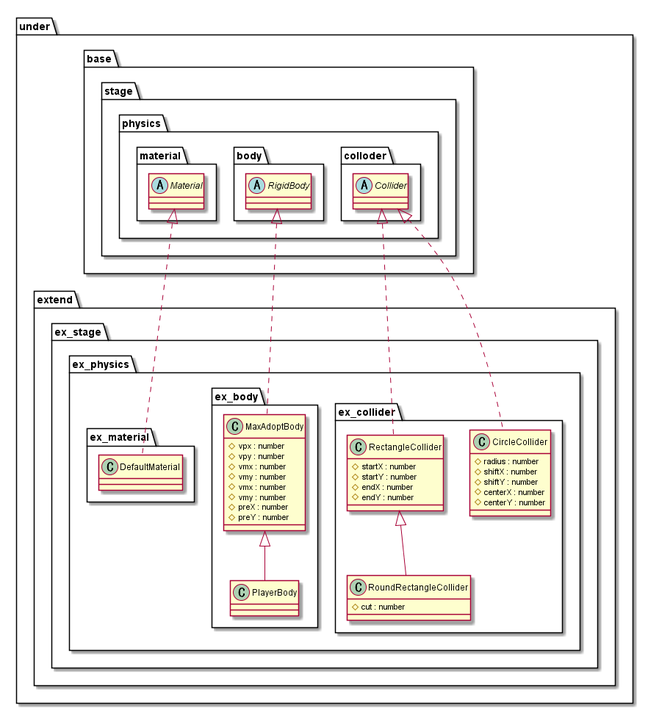
Earlier version of the PlantUML export out/uml/entity/physical/Extend/PhysicalExtend.png (Expine/Under).
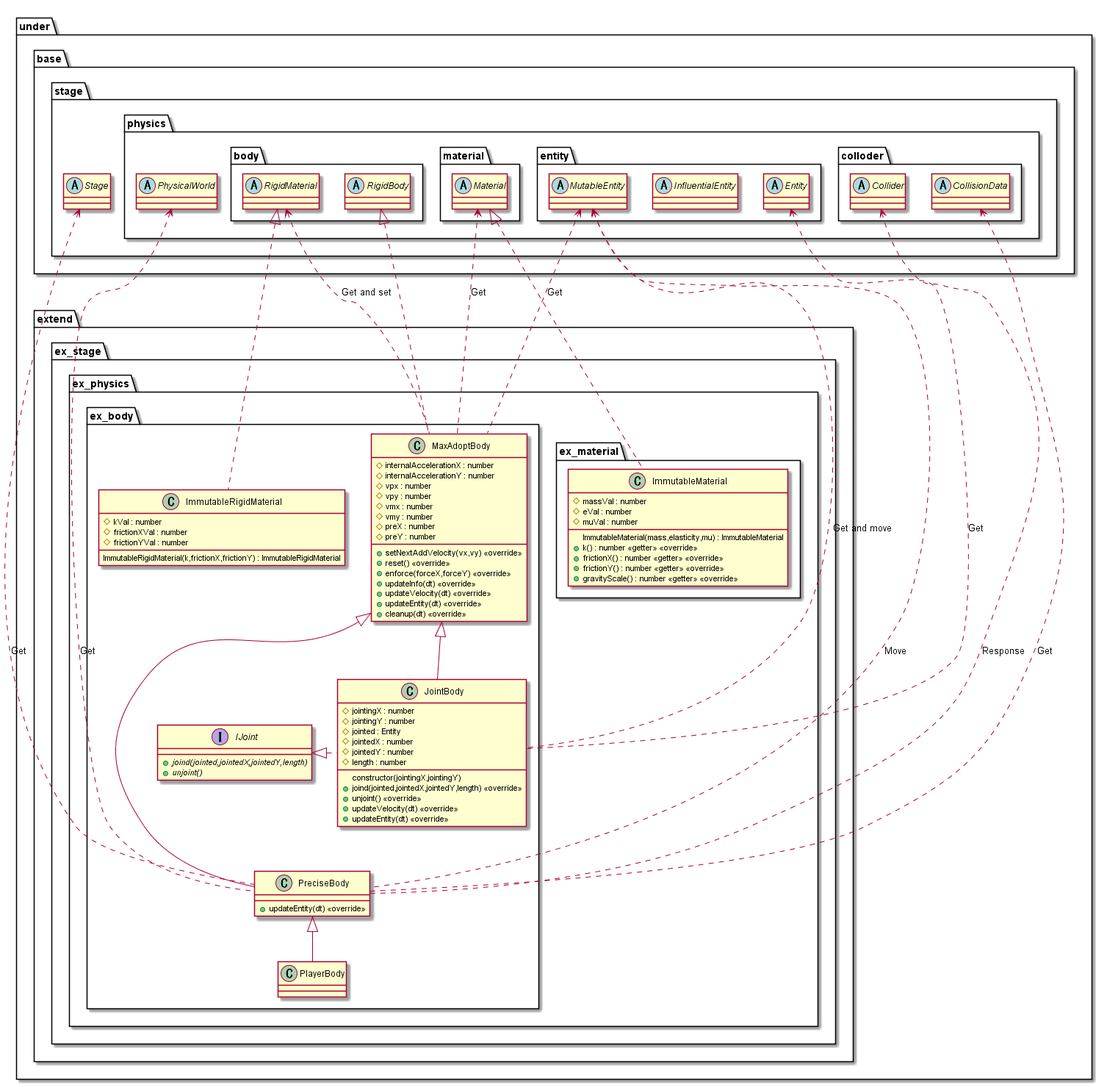
Later version of the same file.

What changed in the source:
```diff
@@ -4,39 +4,64 @@
     package extend {
         package ex_stage {
             package ex_physics {
-                package ex_collider {
-                    class CircleCollider {
-                        #radius : number
-                        #shiftX : number
-                        #shiftY : number
-                        #centerX : number
-                        #centerY : number
-                    }
-                    class RectangleCollider {
-                        #startX : number
-                        #startY : number
-                        #endX : number
-                        #endY : number
-                    }
-                    class RoundRectangleCollider {
-                        #cut : number
-                    }
-                }
                 package ex_body {
                     class MaxAdoptBody {
+                        #internalAccelerationX : number
+                        #internalAccelerationY : number
                         #vpx : number
                         #vpy : number
                         #vmx : number
                         #vmy : number
-                        #vmx : number
-                        #vmy : number
                         #preX : number
                         #preY : number
+                        +setNextAddVelocity(vx,vy) <<override>>
+                        +reset() <<override>>
+                        +enforce(forceX,forceY) <<override>>
+                        +updateInfo(dt) <<override>>
+                        +updateVelocity(dt) <<override>>
+                        +updateEntity(dt) <<override>>
+                        +cleanup(dt) <<override>>
+                    }
+                    class PreciseBody {
+                        +updateEntity(dt) <<override>>
                     }
                     class PlayerBody
+                    interface IJoint {
+                        {abstract} +joind(jointed,jointedX,jointedY,length)
+                        {abstract} +unjoint()
+                    }
+                    class JointBody {
+                        constructor(jointingX,jointingY)
+                        #jointingX : number
+                        #jointingY : number
+                        #jointed : Entity
+                        #jointedX : number
+                        #jointedY : number
+                        #length : number
+                        +joind(jointed,jointedX,jointedY,length) <<override>>
+                        +unjoint() <<override>>
+                        +updateVelocity(dt) <<override>>
+                        +updateEntity(dt) <<override>>
+                    }
+                    class ImmutableRigidMaterial {
+                        ImmutableRigidMaterial(k,frictionX,frictionY) : ImmutableRigidMaterial
+                        #kVal : number
+                        #frictionXVal : number
+                        #frictionYVal : number
+                    }
                 }
+
                 package ex_material {
-                    class DefaultMaterial
+                    class ImmutableMaterial  {
+                        ImmutableMaterial(mass,elasticity,mu) : ImmutableMaterial
+                        #massVal : number
+                        #eVal : number
+                        #muVal : number
+                        +k() : number <<getter>> <<override>>
+                        +frictionX() : number <<getter>> <<override>>
+                        +frictionY() : number <<getter>> <<override>>
+                        +gravityScale() : number <<getter>> <<override>>
+                    }
                 }
             }
         }
@@ -46,12 +71,21 @@
 package under {
     package base {
         package stage {
+            abstract Stage
             package physics {
+                abstract PhysicalWorld
+                package entity {
+                    abstract Entity
+                    abstract InfluentialEntity
+                    abstract MutableEntity
+                }
                 package colloder {
                     abstract Collider
+                    abstract CollisionData
                 }
                 package body {
                     abstract RigidBody
+                    abstract RigidMaterial
                 }
                 package material {
                     abstract Material
@@ -61,11 +95,26 @@
     }
 }
 
-Collider <|.. RectangleCollider
-Collider <|.. CircleCollider
-RectangleCollider <|-- RoundRectangleCollider
+MutableEntity <.. MaxAdoptBody : Get
+Material <.. MaxAdoptBody : Get
+RigidMaterial <.. MaxAdoptBody : Get and set
+
+MutableEntity <... PreciseBody : Move
+Stage <... PreciseBody : Get
+PhysicalWorld <... PreciseBody : Get
+CollisionData <... PreciseBody : Get
+Collider <... PreciseBody : Response
+
+MutableEntity <.. JointBody : Get and move
+Entity <.. JointBody : Get
+
 RigidBody <|.. MaxAdoptBody
-MaxAdoptBody <|-- PlayerBody
-Material <|.. DefaultMaterial
+MaxAdoptBody <|--- PreciseBody
+PreciseBody <|-- PlayerBody
+IJoint <|. JointBody
+MaxAdoptBody <|-- JointBody
+RigidMaterial <|.. ImmutableRigidMaterial
+
+Material <|.. ImmutableMaterial
 
 @enduml
```
